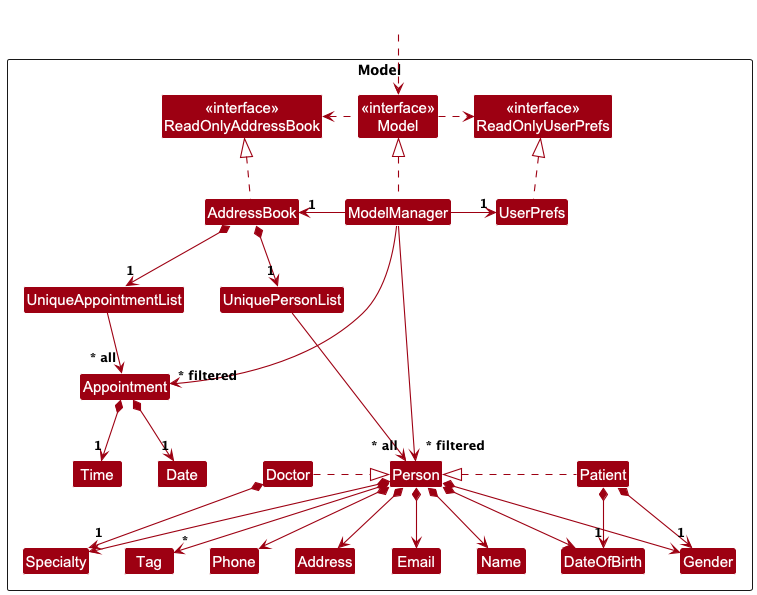
Above: docs/images/ModelClassDiagram.png in nus-cs2103-AY2425S1/tp (PlantUML), before the change.
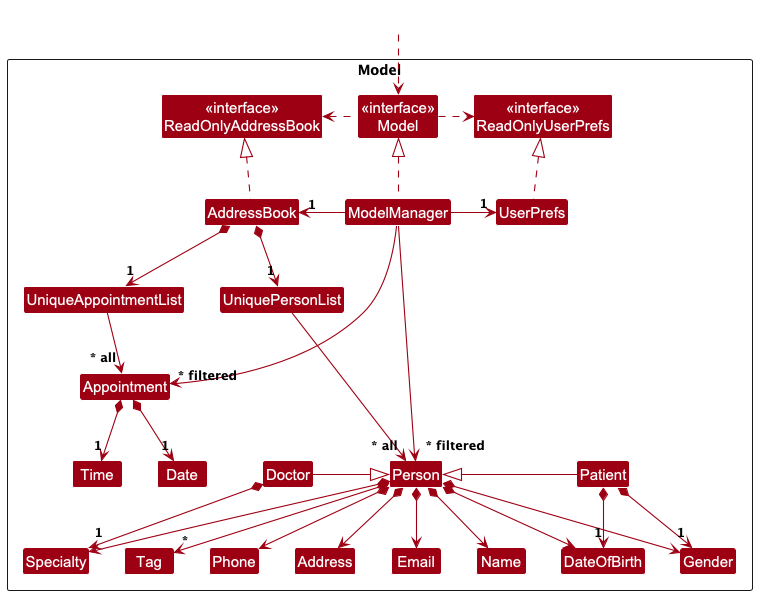
Later version of the same file.

Change to the diagram source:
```diff
@@ -85,10 +85,10 @@
 Appointment *--> "1" Date
 Appointment *--> "1" Time
 
-Doctor .right.|> Person
+Doctor -right-|> Person
 Doctor *--> "1" Specialty
 
-Patient .left.|> Person
+Patient -left-|> Person
 Patient *--> "1" DateOfBirth
 Patient *--> "1" Gender
 
```
